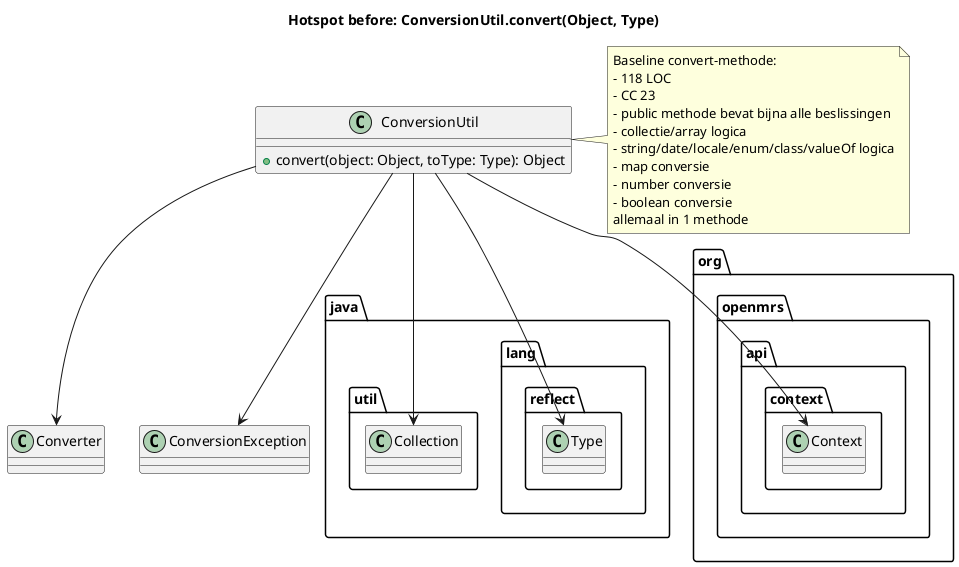
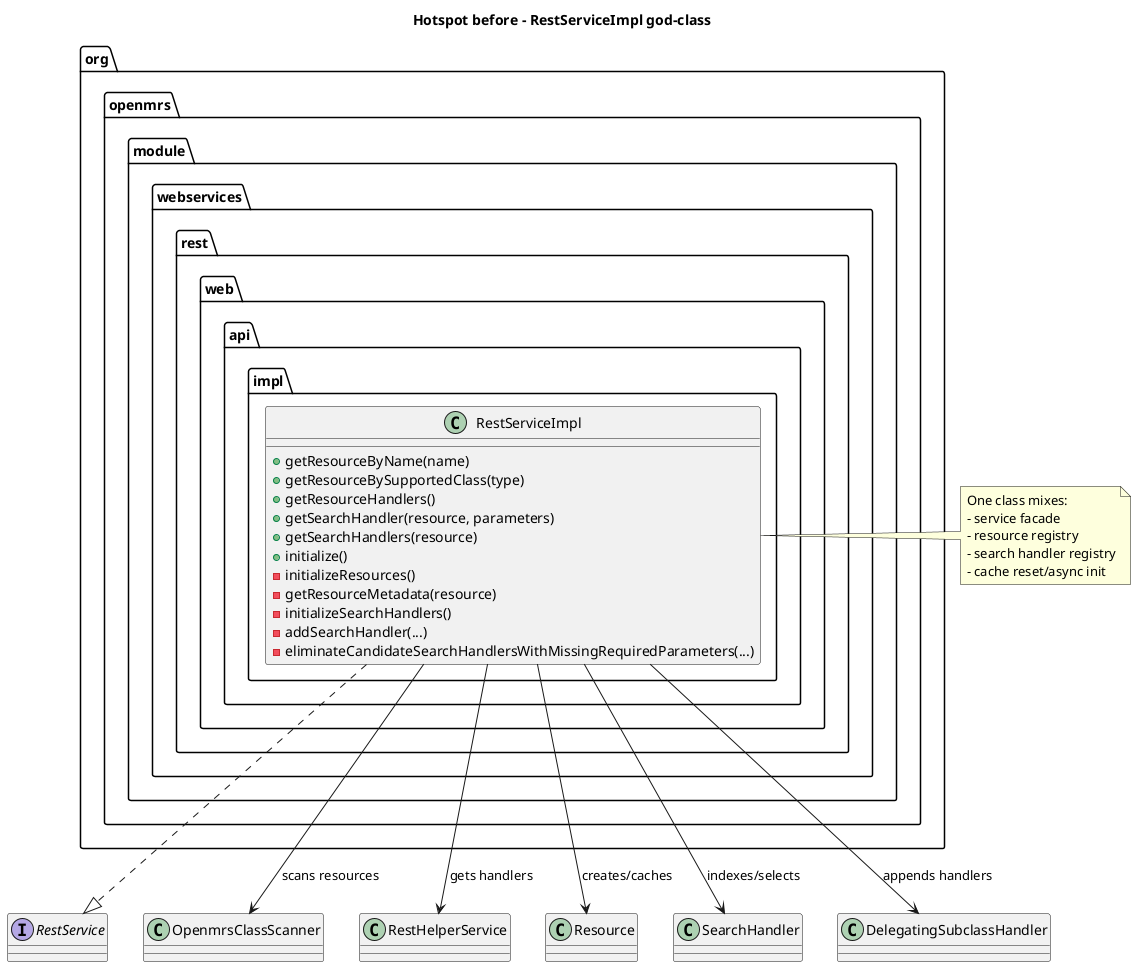
@startuml
- title Hotspot before: ConversionUtil.convert(Object, Type)
+ title Hotspot before - RestServiceImpl god-class

- class ConversionUtil {
-   +convert(object: Object, toType: Type): Object
+ package "org.openmrs.module.webservices.rest.web.api.impl" {
+   class RestServiceImpl {
+     +getResourceByName(name)
+     +getResourceBySupportedClass(type)
+     +getResourceHandlers()
+     +getSearchHandler(resource, parameters)
+     +getSearchHandlers(resource)
+     +initialize()
+     -initializeResources()
+     -getResourceMetadata(resource)
+     -initializeSearchHandlers()
+     -addSearchHandler(...)
+     -eliminateCandidateSearchHandlersWithMissingRequiredParameters(...)
+   }
}

- note right of ConversionUtil
- Baseline convert-methode:
- - 118 LOC
- - CC 23
- - public methode bevat bijna alle beslissingen
- - collectie/array logica
- - string/date/locale/enum/class/valueOf logica
- - map conversie
- - number conversie
- - boolean conversie
- allemaal in 1 methode
+ interface RestService
+ class OpenmrsClassScanner
+ class RestHelperService
+ class Resource
+ class SearchHandler
+ class DelegatingSubclassHandler
+ 
+ RestServiceImpl ..|> RestService
+ RestServiceImpl --> OpenmrsClassScanner : scans resources
+ RestServiceImpl --> RestHelperService : gets handlers
+ RestServiceImpl --> Resource : creates/caches
+ RestServiceImpl --> SearchHandler : indexes/selects
+ RestServiceImpl --> DelegatingSubclassHandler : appends handlers
+ 
+ note right of RestServiceImpl
+   One class mixes:
+   - service facade
+   - resource registry
+   - search handler registry
+   - cache reset/async init
end note
- 
- ConversionUtil --> "java.lang.reflect.Type"
- ConversionUtil --> "java.util.Collection"
- ConversionUtil --> "org.openmrs.api.context.Context"
- ConversionUtil --> "Converter"
- ConversionUtil --> "ConversionException"
@enduml
